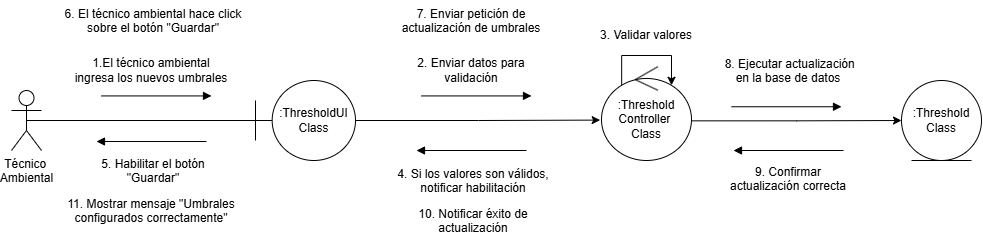
This is docs/Diagramas/Draw Files/ConfigurarUmbralesUC/DiagramaColaboracion.drawio.png from cataaap24/LaVenturosa, a draw.io export, as it was before one commit. Source tidied: cells renumbered, new cells last; positions are measured from the earlier drawing's top-left corner, leaving out a move shared by most shapes. The source it was exported from:
```xml
<mxGraphModel>
  <root>
    <mxCell id="0" />
    <mxCell id="1" parent="0" />
    <mxCell id="2" style="edgeStyle=orthogonalEdgeStyle;rounded=0;jettySize=auto;html=1;exitX=0.5;exitY=0.5;exitDx=0;exitDy=0;exitPerimeter=0;endArrow=none;endFill=0;" parent="1" edge="1" source="3" target="5">
      <mxGeometry relative="1" as="geometry" />
    </mxCell>
    <mxCell id="3" value="Técnico&amp;nbsp;&lt;div&gt;Ambiental&lt;/div&gt;" style="shape=umlActor;verticalLabelPosition=bottom;verticalAlign=top;html=1;outlineConnect=0;" parent="1" vertex="1">
      <mxGeometry y="90" width="30" height="60" as="geometry" />
    </mxCell>
    <mxCell id="4" style="edgeStyle=orthogonalEdgeStyle;rounded=0;jettySize=auto;html=1;entryX=-0.015;entryY=0.569;entryDx=0;entryDy=0;entryPerimeter=0;" parent="1" edge="1" source="5" target="14">
      <mxGeometry relative="1" as="geometry" />
    </mxCell>
    <mxCell id="5" value=":ThresholdUI&lt;div&gt;Class&lt;/div&gt;" style="shape=umlBoundary;whiteSpace=wrap;html=1;" parent="1" vertex="1">
      <mxGeometry x="244" y="80" width="100" height="80" as="geometry" />
    </mxCell>
    <mxCell id="6" style="edgeStyle=orthogonalEdgeStyle;rounded=0;jettySize=auto;html=1;exitX=0.97;exitY=0.577;exitDx=0;exitDy=0;exitPerimeter=0;" parent="1" edge="1" source="14" target="7">
      <mxGeometry relative="1" as="geometry" />
    </mxCell>
    <mxCell id="7" value=":Threshold Class" style="ellipse;shape=umlEntity;whiteSpace=wrap;html=1;" parent="1" vertex="1">
      <mxGeometry x="890" y="80" width="80" height="80" as="geometry" />
    </mxCell>
    <mxCell id="8" style="endArrow=block;endFill=1;endSize=6;html=1;rounded=0;" parent="1" edge="1">
      <mxGeometry relative="1" as="geometry">
        <mxPoint x="90" y="95.4" as="sourcePoint" />
        <mxPoint x="200" y="95.4" as="targetPoint" />
      </mxGeometry>
    </mxCell>
    <mxCell id="9" value="1.El técnico ambiental ingresa los nuevos umbrales" style="text;html=1;whiteSpace=wrap;strokeColor=none;fillColor=none;align=center;verticalAlign=middle;rounded=0;" parent="1" vertex="1">
      <mxGeometry x="60" y="55.4" width="160" height="30" as="geometry" />
    </mxCell>
    <mxCell id="10" style="endArrow=block;endFill=1;endSize=6;html=1;rounded=0;" parent="1" edge="1">
      <mxGeometry relative="1" as="geometry">
        <mxPoint x="410" y="95.4" as="sourcePoint" />
        <mxPoint x="520" y="95.4" as="targetPoint" />
      </mxGeometry>
    </mxCell>
    <mxCell id="11" value="3.&amp;nbsp;Validar valores" style="text;html=1;whiteSpace=wrap;strokeColor=none;fillColor=none;align=center;verticalAlign=middle;rounded=0;" parent="1" vertex="1">
      <mxGeometry x="585" y="20" width="100" height="30" as="geometry" />
    </mxCell>
    <mxCell id="12" style="endArrow=block;endFill=1;endSize=6;html=1;rounded=0;" parent="1" edge="1">
      <mxGeometry relative="1" as="geometry">
        <mxPoint x="720" y="106.2" as="sourcePoint" />
        <mxPoint x="830" y="106.2" as="targetPoint" />
      </mxGeometry>
    </mxCell>
    <mxCell id="13" value="2. Enviar datos para validación" style="text;html=1;whiteSpace=wrap;strokeColor=none;fillColor=none;align=center;verticalAlign=middle;rounded=0;" parent="1" vertex="1">
      <mxGeometry x="380" y="55.4" width="160" height="30" as="geometry" />
    </mxCell>
    <mxCell id="14" value=":Threshold&lt;div&gt;Controller&amp;nbsp;&lt;/div&gt;&lt;div&gt;Class&lt;/div&gt;" style="ellipse;shape=umlControl;whiteSpace=wrap;html=1;" parent="1" vertex="1">
      <mxGeometry x="590" y="66.2" width="90" height="93.8" as="geometry" />
    </mxCell>
    <mxCell id="15" style="edgeStyle=orthogonalEdgeStyle;rounded=0;jettySize=auto;html=1;exitX=0.322;exitY=0.112;exitDx=0;exitDy=0;exitPerimeter=0;entryX=0.778;entryY=0.198;entryDx=0;entryDy=0;entryPerimeter=0;" parent="1" edge="1" target="14">
      <mxGeometry relative="1" as="geometry">
        <mxPoint x="610.2" y="84.4" as="sourcePoint" />
        <Array as="points">
          <mxPoint x="610" y="55" />
          <mxPoint x="660" y="55" />
        </Array>
      </mxGeometry>
    </mxCell>
    <mxCell id="16" style="endArrow=block;endFill=1;endSize=6;html=1;rounded=0;" parent="1" edge="1">
      <mxGeometry relative="1" as="geometry">
        <mxPoint x="195" y="141" as="sourcePoint" />
        <mxPoint x="85" y="141" as="targetPoint" />
      </mxGeometry>
    </mxCell>
    <mxCell id="17" style="endArrow=block;endFill=1;endSize=6;html=1;rounded=0;" parent="1" edge="1">
      <mxGeometry relative="1" as="geometry">
        <mxPoint x="515" y="150" as="sourcePoint" />
        <mxPoint x="405" y="150" as="targetPoint" />
      </mxGeometry>
    </mxCell>
    <mxCell id="18" style="endArrow=block;endFill=1;endSize=6;html=1;rounded=0;" parent="1" edge="1">
      <mxGeometry relative="1" as="geometry">
        <mxPoint x="832" y="150" as="sourcePoint" />
        <mxPoint x="722" y="150" as="targetPoint" />
      </mxGeometry>
    </mxCell>
    <mxCell id="19" value="4. Si los valores son válidos, notificar habilitación" style="text;whiteSpace=wrap;html=1;align=center;" parent="1" vertex="1">
      <mxGeometry x="384" y="160" width="156" height="40" as="geometry" />
    </mxCell>
    <mxCell id="20" value="5. Habilitar el botón &quot;Guardar&quot;" style="text;whiteSpace=wrap;html=1;align=center;" parent="1" vertex="1">
      <mxGeometry x="64" y="150" width="156" height="40" as="geometry" />
    </mxCell>
    <mxCell id="21" value="6. El técnico ambiental hace click sobre el botón &quot;Guardar&quot;" style="text;whiteSpace=wrap;html=1;align=center;" parent="1" vertex="1">
      <mxGeometry x="37" width="210" height="40" as="geometry" />
    </mxCell>
    <mxCell id="22" value="7. Enviar petición de actualización de umbrales" style="text;whiteSpace=wrap;html=1;align=center;" parent="1" vertex="1">
      <mxGeometry x="380" width="160" height="40" as="geometry" />
    </mxCell>
    <mxCell id="23" value="&amp;nbsp;8. Ejecutar actualización en la base de datos" style="text;whiteSpace=wrap;html=1;align=center;" parent="1" vertex="1">
      <mxGeometry x="707" y="50.4" width="140" height="40" as="geometry" />
    </mxCell>
    <mxCell id="24" value="9. Confirmar actualización correcta" style="text;whiteSpace=wrap;html=1;align=center;" parent="1" vertex="1">
      <mxGeometry x="707" y="157.5" width="140" height="45" as="geometry" />
    </mxCell>
    <mxCell id="25" value="11. Mostrar mensaje &quot;Umbrales configurados correctamente&quot;" style="text;whiteSpace=wrap;html=1;align=center;" parent="1" vertex="1">
      <mxGeometry x="55" y="190" width="170" height="40" as="geometry" />
    </mxCell>
    <mxCell id="26" value="10. Notificar éxito de actualización" style="text;whiteSpace=wrap;html=1;align=center;" parent="1" vertex="1">
      <mxGeometry x="397" y="200" width="130" height="40" as="geometry" />
    </mxCell>
  </root>
</mxGraphModel>
```
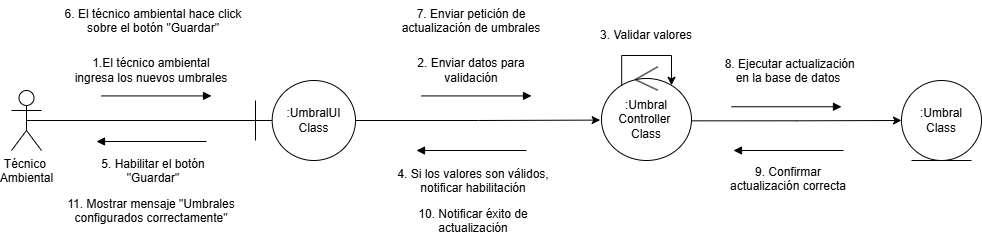
Above is the later version.

Commit message:
Update Collaboration diagram

The edit, as a diff of the source:
```diff
@@ -11,13 +11,13 @@
     <mxCell id="4" style="edgeStyle=orthogonalEdgeStyle;rounded=0;jettySize=auto;html=1;entryX=-0.015;entryY=0.569;entryDx=0;entryDy=0;entryPerimeter=0;" parent="1" edge="1" source="5" target="14">
       <mxGeometry relative="1" as="geometry" />
     </mxCell>
-    <mxCell id="5" value=":ThresholdUI&lt;div&gt;Class&lt;/div&gt;" style="shape=umlBoundary;whiteSpace=wrap;html=1;" parent="1" vertex="1">
+    <mxCell id="5" value=":UmbralUI&lt;div&gt;Class&lt;/div&gt;" style="shape=umlBoundary;whiteSpace=wrap;html=1;" parent="1" vertex="1">
       <mxGeometry x="244" y="80" width="100" height="80" as="geometry" />
     </mxCell>
     <mxCell id="6" style="edgeStyle=orthogonalEdgeStyle;rounded=0;jettySize=auto;html=1;exitX=0.97;exitY=0.577;exitDx=0;exitDy=0;exitPerimeter=0;" parent="1" edge="1" source="14" target="7">
       <mxGeometry relative="1" as="geometry" />
     </mxCell>
-    <mxCell id="7" value=":Threshold Class" style="ellipse;shape=umlEntity;whiteSpace=wrap;html=1;" parent="1" vertex="1">
+    <mxCell id="7" value=":Umbral&lt;div&gt;&lt;span style=&quot;background-color: transparent; color: light-dark(rgb(0, 0, 0), rgb(255, 255, 255));&quot;&gt;Class&lt;/span&gt;&lt;/div&gt;" style="ellipse;shape=umlEntity;whiteSpace=wrap;html=1;" parent="1" vertex="1">
       <mxGeometry x="890" y="80" width="80" height="80" as="geometry" />
     </mxCell>
     <mxCell id="8" style="endArrow=block;endFill=1;endSize=6;html=1;rounded=0;" parent="1" edge="1">
@@ -47,7 +47,7 @@
     <mxCell id="13" value="2. Enviar datos para validación" style="text;html=1;whiteSpace=wrap;strokeColor=none;fillColor=none;align=center;verticalAlign=middle;rounded=0;" parent="1" vertex="1">
       <mxGeometry x="380" y="55.4" width="160" height="30" as="geometry" />
     </mxCell>
-    <mxCell id="14" value=":Threshold&lt;div&gt;Controller&amp;nbsp;&lt;/div&gt;&lt;div&gt;Class&lt;/div&gt;" style="ellipse;shape=umlControl;whiteSpace=wrap;html=1;" parent="1" vertex="1">
+    <mxCell id="14" value=":Umbral&lt;div&gt;Controller&amp;nbsp;&lt;/div&gt;&lt;div&gt;Class&lt;/div&gt;" style="ellipse;shape=umlControl;whiteSpace=wrap;html=1;" parent="1" vertex="1">
       <mxGeometry x="590" y="66.2" width="90" height="93.8" as="geometry" />
     </mxCell>
     <mxCell id="15" style="edgeStyle=orthogonalEdgeStyle;rounded=0;jettySize=auto;html=1;exitX=0.322;exitY=0.112;exitDx=0;exitDy=0;exitPerimeter=0;entryX=0.778;entryY=0.198;entryDx=0;entryDy=0;entryPerimeter=0;" parent="1" edge="1" target="14">
```
